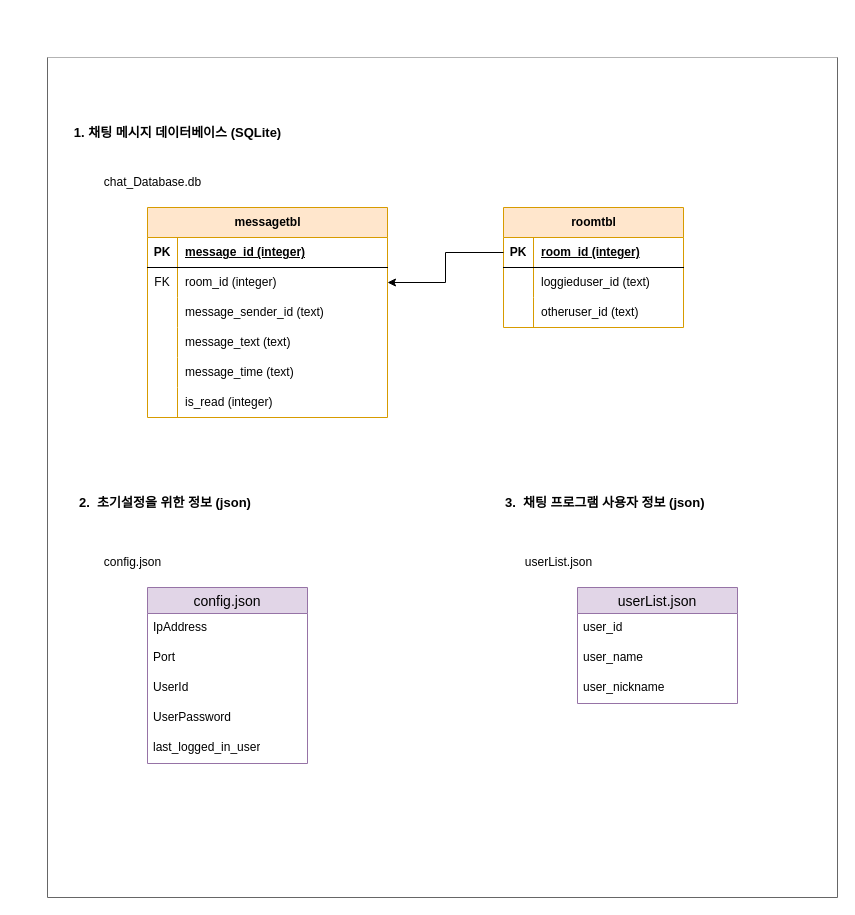
This is 채팅 클라이언트 DB.drawio from Hyunmin-Kwak-hub/neighbor21, a draw.io file, before an edit. Source tidied: cells renumbered, new cells numbered last; positions are measured from the earlier drawing's top-left corner, leaving out a move shared by most shapes. Both pictures are drawn from the tidied source at 100%, with x=0, y=0 at pixel (47, 57).
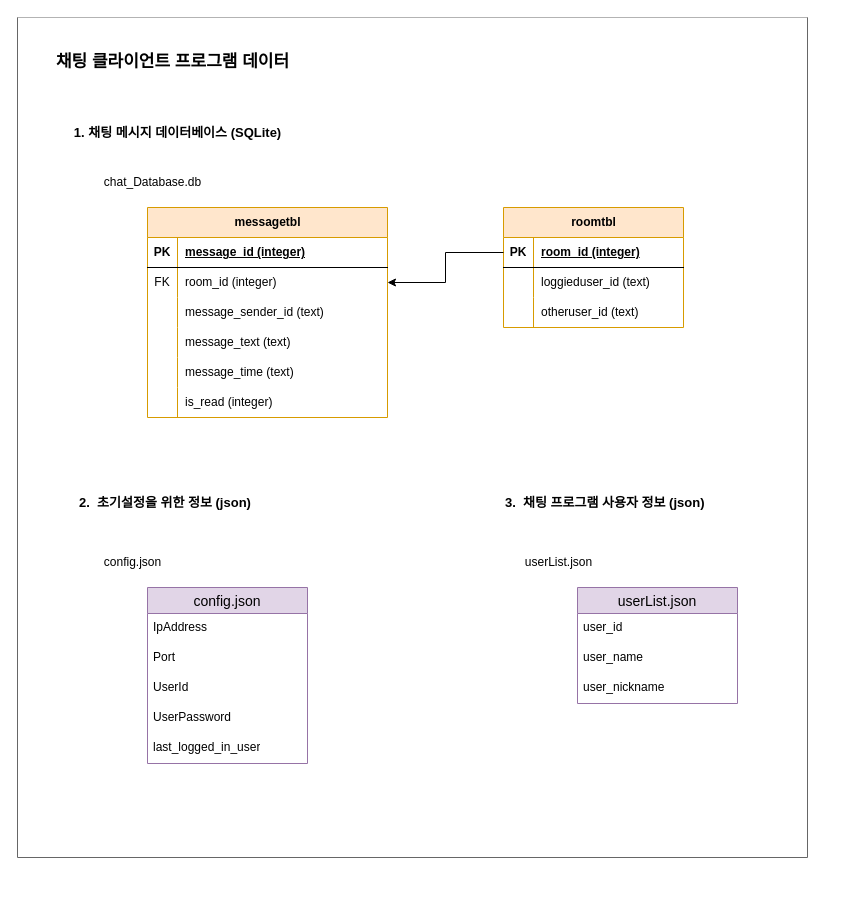
After the change.

Commit message:
채팅 클라이언트 DB.drawio 업데이트

What changed in the source:
```diff
@@
     <mxCell id="2" style="swimlane;startSize=0;fillColor=#f5f5f5;fontColor=#333333;strokeColor=#666666;swimlaneFillColor=default;" parent="1" vertex="1">
-      <mxGeometry width="790" height="840" as="geometry" />
+      <mxGeometry x="-30" y="-40" width="790" height="840" as="geometry" />
     </mxCell>
+    <mxCell id="49" value="채팅 클라이언트 프로그램 데이터" style="text;html=1;align=center;verticalAlign=middle;strokeColor=none;fillColor=none;fontSize=17;fontStyle=1;" parent="2" vertex="1">
+      <mxGeometry x="15" y="30" width="280" height="30" as="geometry" />
+    </mxCell>
```
